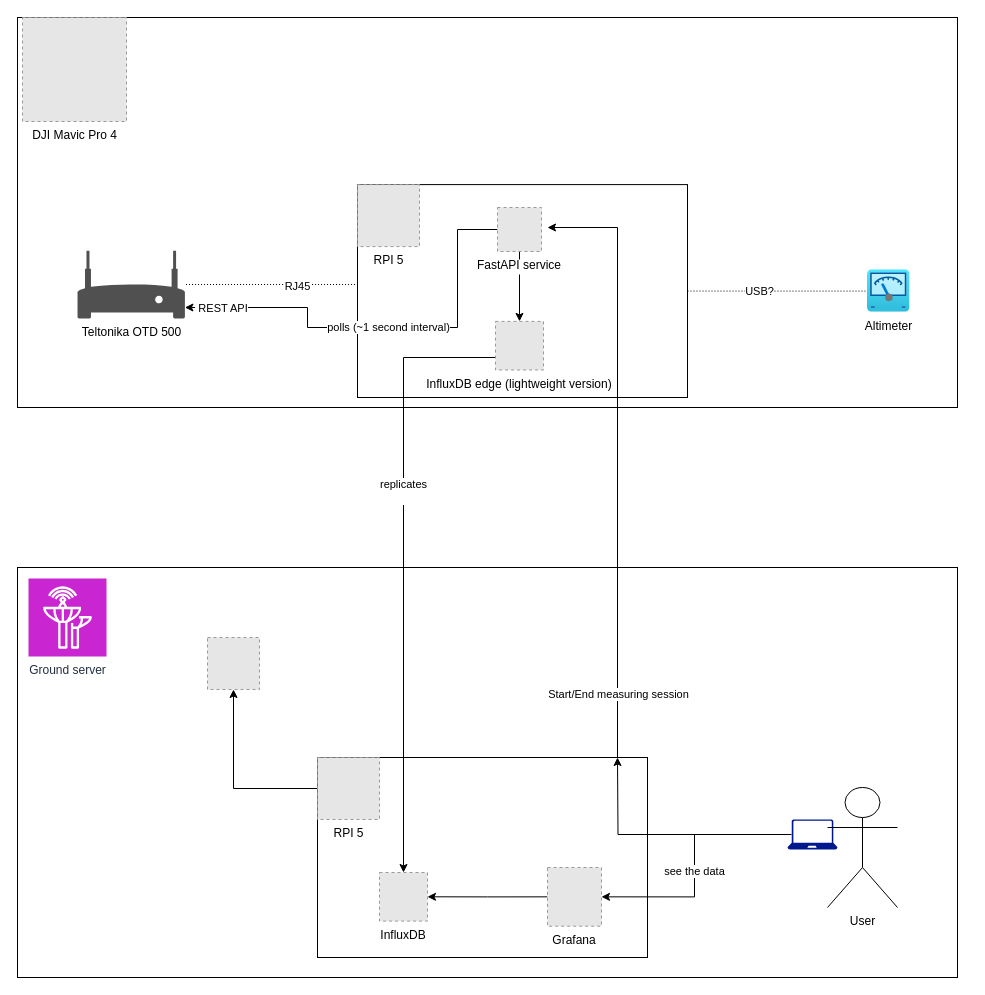
Above: architecture.drawio in JersyJ/cellmeter (draw.io), before the change. Source tidied: cells renumbered, new cells numbered last; positions are measured from the earlier drawing's top-left corner, leaving out a move shared by most shapes. Both pictures are drawn from the tidied source at 100%, with x=0, y=0 at pixel (17, 17). Pictures stored in the file or linked from it are replaced by grey dashed boxes.
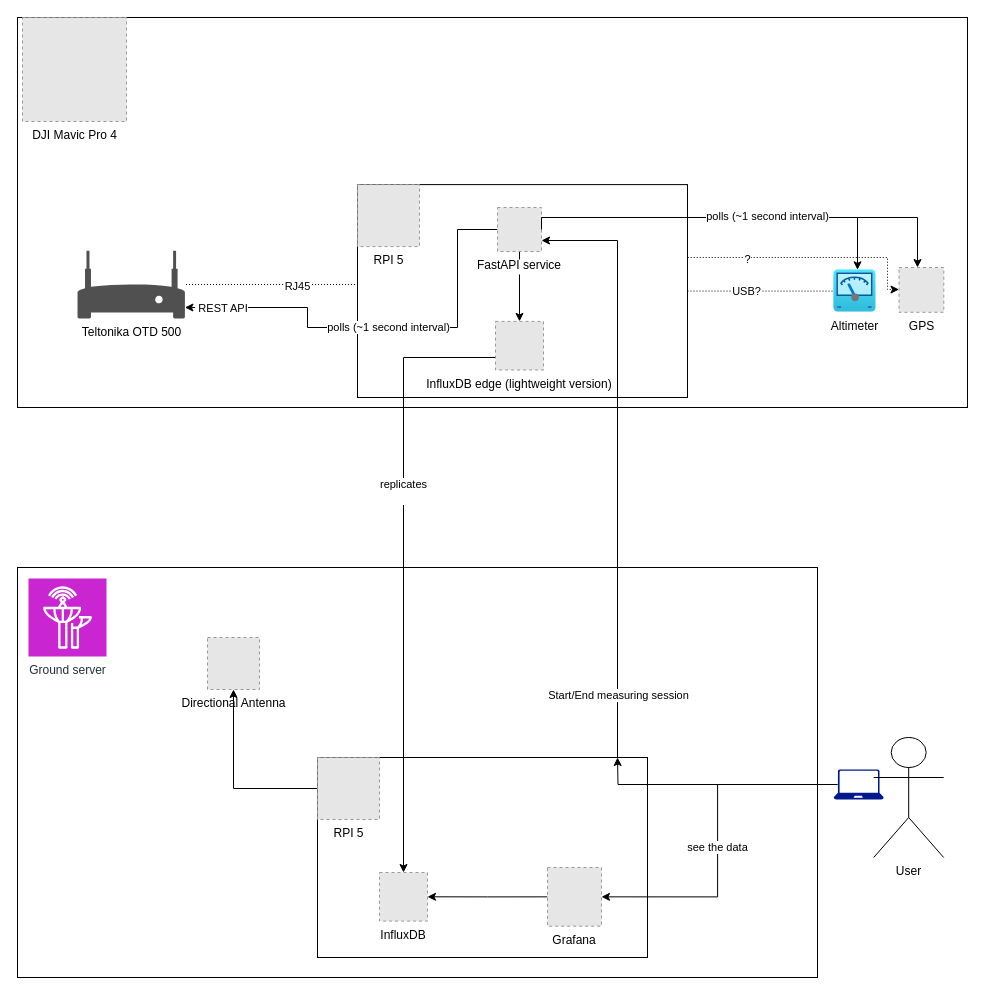
The same page after the edit.

Commit message (it also covers changes not shown here):
GPS, Altmeter polling

Unchanged cells that the change refers to:
```xml
<mxCell id="3" style="rounded=0;whiteSpace=wrap;html=1;" parent="1" vertex="1">
  <mxGeometry x="340" y="167.1" width="330" height="212.9" as="geometry" />
</mxCell>
<mxCell id="18" value="FastAPI service" style="fillColor=#E6E6E6;strokeColor=#999999;dashed=1;verticalLabelPosition=bottom;labelBackgroundColor=default;verticalAlign=top;" parent="1" vertex="1">
  <mxGeometry x="480" y="190" width="44" height="44" as="geometry" />
</mxCell>
<mxCell id="21" style="rounded=0;whiteSpace=wrap;html=1;" parent="1" vertex="1">
  <mxGeometry x="300" y="740" width="330" height="200" as="geometry" />
</mxCell>
```

What changed in the source:
```diff
@@
     <mxCell id="2" style="rounded=0;whiteSpace=wrap;html=1;" parent="1" vertex="1">
-      <mxGeometry width="940" height="390" as="geometry" />
+      <mxGeometry width="950" height="390" as="geometry" />
     </mxCell>
+    <mxCell id="36" style="edgeStyle=orthogonalEdgeStyle;rounded=0;jettySize=auto;html=1;exitX=1;exitY=0.75;exitDx=0;exitDy=0;dashed=1;dashPattern=1 2;" parent="1" edge="1" source="3" target="39">
+      <mxGeometry relative="1" as="geometry">
+        <Array as="points">
+          <mxPoint x="670" y="240" />
+          <mxPoint x="870" y="240" />
+          <mxPoint x="870" y="272" />
+        </Array>
+      </mxGeometry>
+    </mxCell>
+    <mxCell id="37" value="?" style="edgeLabel;html=1;align=center;verticalAlign=middle;" parent="36" vertex="1">
+      <mxGeometry x="0.18" y="-1" relative="1" as="geometry">
+        <mxPoint x="-49" as="offset" />
+      </mxGeometry>
+    </mxCell>
@@
     <mxCell id="11" value="Altimeter" style="image;html=1;points=[];align=center;fontSize=12;image=img/lib/azure2/other/Defender_Meter.svg;" parent="1" vertex="1">
-      <mxGeometry x="850" y="252.3" width="42.5" height="42.5" as="geometry" />
+      <mxGeometry x="816.2" y="252.3" width="42.5" height="42.5" as="geometry" />
     </mxCell>
     <mxCell id="12" style="rounded=0;whiteSpace=wrap;html=1;" parent="1" vertex="1">
-      <mxGeometry y="550" width="940" height="410" as="geometry" />
+      <mxGeometry y="550" width="800" height="410" as="geometry" />
     </mxCell>
-    <mxCell id="13" style="fillColor=#E6E6E6;strokeColor=#999999;dashed=1;html=1;verticalAlign=top;verticalLabelPosition=bottom;labelBackgroundColor=#ffffff;" parent="1" vertex="1">
+    <mxCell id="13" value="Directional Antenna" style="fillColor=#E6E6E6;strokeColor=#999999;dashed=1;html=1;verticalAlign=top;verticalLabelPosition=bottom;labelBackgroundColor=#ffffff;" parent="1" vertex="1">
       <mxGeometry x="190" y="620" width="52" height="52" as="geometry" />
     </mxCell>
@@
+    <mxCell id="38" style="edgeStyle=orthogonalEdgeStyle;rounded=0;jettySize=auto;html=1;" parent="1" edge="1" source="18" target="39">
+      <mxGeometry relative="1" as="geometry">
+        <Array as="points">
+          <mxPoint x="900" y="200" />
+          <mxPoint x="900" y="275" />
+        </Array>
+      </mxGeometry>
+    </mxCell>
@@
-    <mxCell id="19" style="edgeStyle=orthogonalEdgeStyle;rounded=0;jettySize=auto;html=1;exitX=0.75;exitY=0;exitDx=0;exitDy=0;" parent="1" edge="1" source="21">
+    <mxCell id="19" style="edgeStyle=orthogonalEdgeStyle;rounded=0;jettySize=auto;html=1;exitX=0.75;exitY=0;exitDx=0;exitDy=0;entryX=1;entryY=0.75;entryDx=0;entryDy=0;" parent="1" edge="1" source="21" target="18">
       <mxGeometry relative="1" as="geometry">
-        <mxPoint x="530" y="210" as="targetPoint" />
         <Array as="points">
           <mxPoint x="600" y="740" />
-          <mxPoint x="600" y="210" />
+          <mxPoint x="600" y="223" />
         </Array>
       </mxGeometry>
     </mxCell>
@@
     <mxCell id="31" style="sketch=0;shadow=0;dashed=0;html=1;strokeColor=none;labelPosition=center;verticalLabelPosition=bottom;verticalAlign=top;align=center;fillColor=#00188D;shape=mxgraph.azure.laptop;" parent="1" vertex="1">
-      <mxGeometry x="770" y="802" width="50" height="30" as="geometry" />
+      <mxGeometry x="816.2" y="752" width="50" height="30" as="geometry" />
     </mxCell>
     <mxCell id="32" value="User" style="shape=umlActor;verticalLabelPosition=bottom;verticalAlign=top;html=1;" parent="1" vertex="1">
-      <mxGeometry x="810" y="770" width="70" height="120" as="geometry" />
+      <mxGeometry x="856.2" y="720" width="70" height="120" as="geometry" />
     </mxCell>
@@
+    <mxCell id="39" value="GPS" style="fillColor=#E6E6E6;strokeColor=#999999;dashed=1;html=1;verticalAlign=top;verticalLabelPosition=bottom;labelBackgroundColor=#ffffff;" parent="1" vertex="1">
+      <mxGeometry x="881.5" y="250" width="44.8" height="44.8" as="geometry" />
+    </mxCell>
+    <mxCell id="40" style="edgeStyle=orthogonalEdgeStyle;rounded=0;jettySize=auto;html=1;exitX=1;exitY=0.5;exitDx=0;exitDy=0;" parent="1" edge="1" source="18" target="11">
+      <mxGeometry relative="1" as="geometry">
+        <Array as="points">
+          <mxPoint x="524" y="200" />
+          <mxPoint x="840" y="200" />
+        </Array>
+      </mxGeometry>
+    </mxCell>
+    <mxCell id="41" value="polls (~1 second interval)" style="edgeLabel;html=1;align=center;verticalAlign=middle;" parent="40" vertex="1">
+      <mxGeometry x="-0.01" y="-3" relative="1" as="geometry">
+        <mxPoint x="49" y="-5" as="offset" />
+      </mxGeometry>
+    </mxCell>
```
